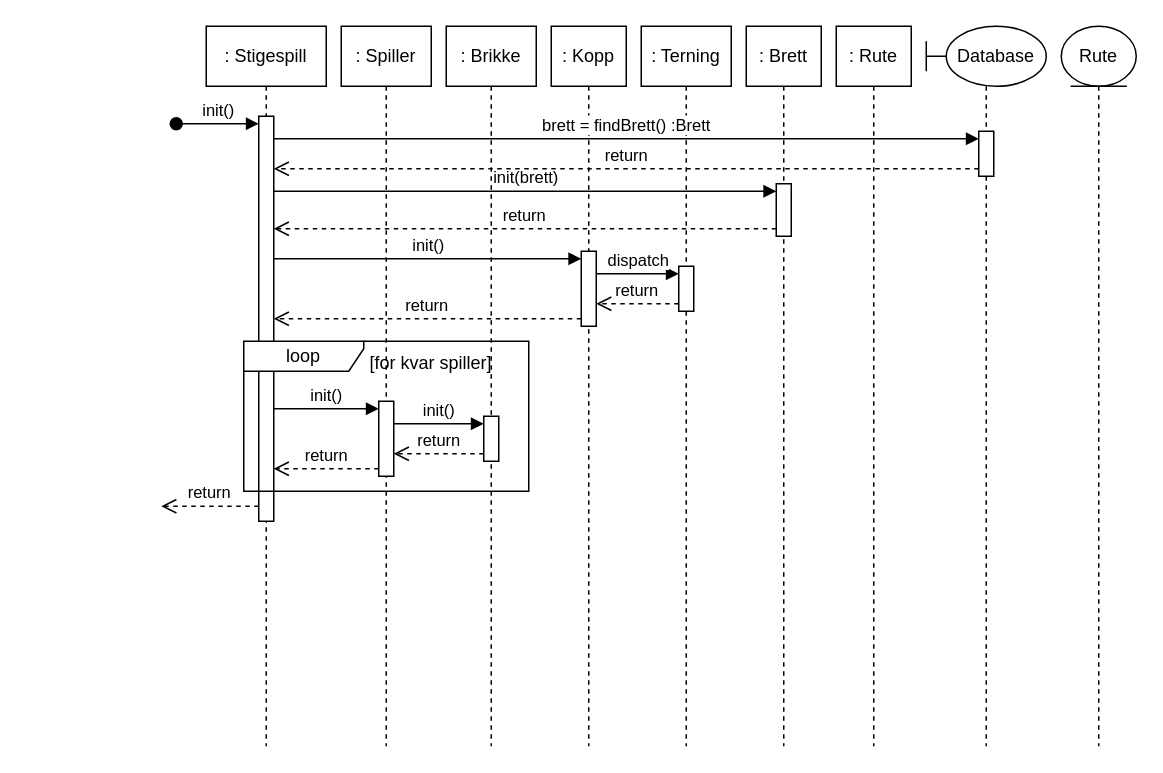
This is page "Sekvensdiagram(init)" (4 of 6) of Modeller.drawio from 184885/DAT109_Oblig1, a draw.io file, before an edit. Source tidied: cells renumbered, new cells numbered last; positions are measured from the earlier drawing's top-left corner, leaving out a move shared by most shapes. Both pictures are drawn from the tidied source at 150%, with x=0, y=0 at pixel (160, 26).
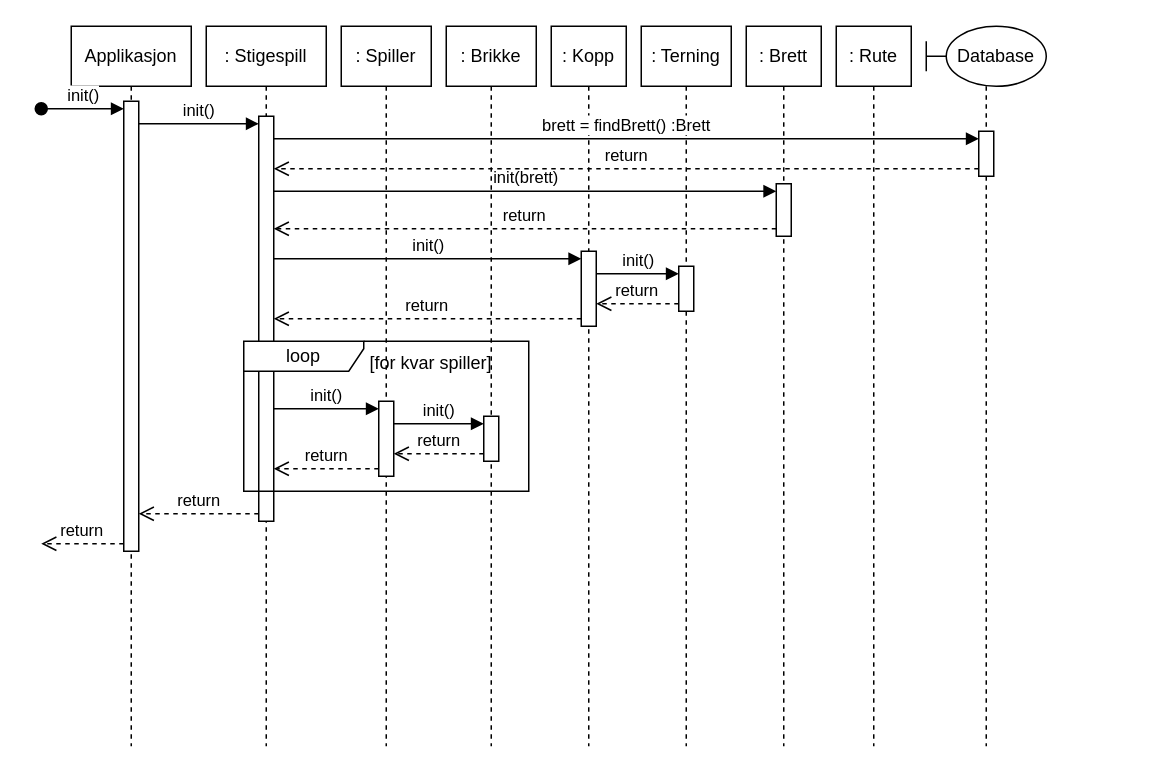
The same page after the edit.

Unchanged cells that the change refers to:
```xml
<mxCell id="2" value=": Stigespill" style="shape=umlLifeline;perimeter=lifelinePerimeter;whiteSpace=wrap;html=1;newEdgeStyle={&quot;curved&quot;:0,&quot;rounded&quot;:0};" parent="1" vertex="1">
  <mxGeometry x="30" width="80" height="480" as="geometry" />
</mxCell>
<mxCell id="3" style="html=1;points=[[0,0,0,0,5],[0,1,0,0,-5],[1,0,0,0,5],[1,1,0,0,-5]];perimeter=orthogonalPerimeter;outlineConnect=0;targetShapes=umlLifeline;portConstraint=eastwest;newEdgeStyle={&quot;curved&quot;:0,&quot;rounded&quot;:0};" parent="2" vertex="1">
  <mxGeometry x="35" y="60" width="10" height="270" as="geometry" />
</mxCell>
<mxCell id="6" style="html=1;points=[[0,0,0,0,5],[0,1,0,0,-5],[1,0,0,0,5],[1,1,0,0,-5]];perimeter=orthogonalPerimeter;outlineConnect=0;targetShapes=umlLifeline;portConstraint=eastwest;newEdgeStyle={&quot;curved&quot;:0,&quot;rounded&quot;:0};" parent="5" vertex="1">
  <mxGeometry x="20" y="150" width="10" height="50" as="geometry" />
</mxCell>
<mxCell id="10" style="html=1;points=[[0,0,0,0,5],[0,1,0,0,-5],[1,0,0,0,5],[1,1,0,0,-5]];perimeter=orthogonalPerimeter;outlineConnect=0;targetShapes=umlLifeline;portConstraint=eastwest;newEdgeStyle={&quot;curved&quot;:0,&quot;rounded&quot;:0};" parent="9" vertex="1">
  <mxGeometry x="25" y="160" width="10" height="30" as="geometry" />
</mxCell>
```

The edit, as a diff of the source:
```diff
@@
-    <mxCell id="4" value="init()" style="html=1;verticalAlign=bottom;startArrow=oval;endArrow=block;startSize=8;curved=0;rounded=0;entryX=0;entryY=0;entryDx=0;entryDy=5;" parent="2" edge="1" target="3">
-      <mxGeometry relative="1" as="geometry">
-        <mxPoint x="-20" y="65" as="sourcePoint" />
-      </mxGeometry>
-    </mxCell>
@@
-    <mxCell id="16" value="Rute" style="shape=umlLifeline;perimeter=lifelinePerimeter;whiteSpace=wrap;html=1;newEdgeStyle={&quot;curved&quot;:0,&quot;rounded&quot;:0};participant=umlEntity;" parent="1" vertex="1">
-      <mxGeometry x="600" width="50" height="480" as="geometry" />
-    </mxCell>
@@
-    <mxCell id="21" value="dispatch" style="html=1;verticalAlign=bottom;endArrow=block;curved=0;rounded=0;entryX=0;entryY=0;entryDx=0;entryDy=5;" parent="1" edge="1" source="6" target="10">
+    <mxCell id="21" value="init()" style="html=1;verticalAlign=bottom;endArrow=block;curved=0;rounded=0;entryX=0;entryY=0;entryDx=0;entryDy=5;" parent="1" edge="1" source="6" target="10">
       <mxGeometry relative="1" as="geometry" />
     </mxCell>
@@
-    <mxCell id="33" value="return" style="html=1;verticalAlign=bottom;endArrow=open;dashed=1;endSize=8;curved=0;rounded=0;" parent="1" edge="1" source="3">
-      <mxGeometry relative="1" as="geometry">
-        <mxPoint y="320" as="targetPoint" />
-      </mxGeometry>
+    <mxCell id="33" value="return" style="html=1;verticalAlign=bottom;endArrow=open;dashed=1;endSize=8;curved=0;rounded=0;exitX=0;exitY=1;exitDx=0;exitDy=-5;exitPerimeter=0;" parent="1" edge="1" source="3" target="35">
+      <mxGeometry relative="1" as="geometry" />
     </mxCell>
+    <mxCell id="34" value="Applikasjon" style="shape=umlLifeline;perimeter=lifelinePerimeter;whiteSpace=wrap;html=1;newEdgeStyle={&quot;curved&quot;:0,&quot;rounded&quot;:0};" parent="1" vertex="1">
+      <mxGeometry x="-60" width="80" height="480" as="geometry" />
+    </mxCell>
+    <mxCell id="35" style="html=1;points=[[0,0,0,0,5],[0,1,0,0,-5],[1,0,0,0,5],[1,1,0,0,-5]];perimeter=orthogonalPerimeter;outlineConnect=0;targetShapes=umlLifeline;portConstraint=eastwest;newEdgeStyle={&quot;curved&quot;:0,&quot;rounded&quot;:0};" parent="34" vertex="1">
+      <mxGeometry x="35" y="50" width="10" height="300" as="geometry" />
+    </mxCell>
+    <mxCell id="4" value="init()" style="html=1;verticalAlign=bottom;startArrow=oval;endArrow=block;startSize=8;curved=0;rounded=0;entryX=0;entryY=0;entryDx=0;entryDy=5;" parent="34" edge="1" target="35">
+      <mxGeometry relative="1" as="geometry">
+        <mxPoint x="-20" y="55" as="sourcePoint" />
+      </mxGeometry>
+    </mxCell>
+    <mxCell id="36" value="return" style="html=1;verticalAlign=bottom;endArrow=open;dashed=1;endSize=8;curved=0;rounded=0;exitX=0;exitY=1;exitDx=0;exitDy=-5;exitPerimeter=0;" parent="1" edge="1" source="35">
+      <mxGeometry relative="1" as="geometry">
+        <mxPoint x="-80" y="345" as="targetPoint" />
+      </mxGeometry>
+    </mxCell>
+    <mxCell id="37" value="init()" style="html=1;verticalAlign=bottom;endArrow=block;curved=0;rounded=0;entryX=0;entryY=0;entryDx=0;entryDy=5;entryPerimeter=0;" parent="1" edge="1" source="35" target="3">
+      <mxGeometry relative="1" as="geometry" />
+    </mxCell>
```
